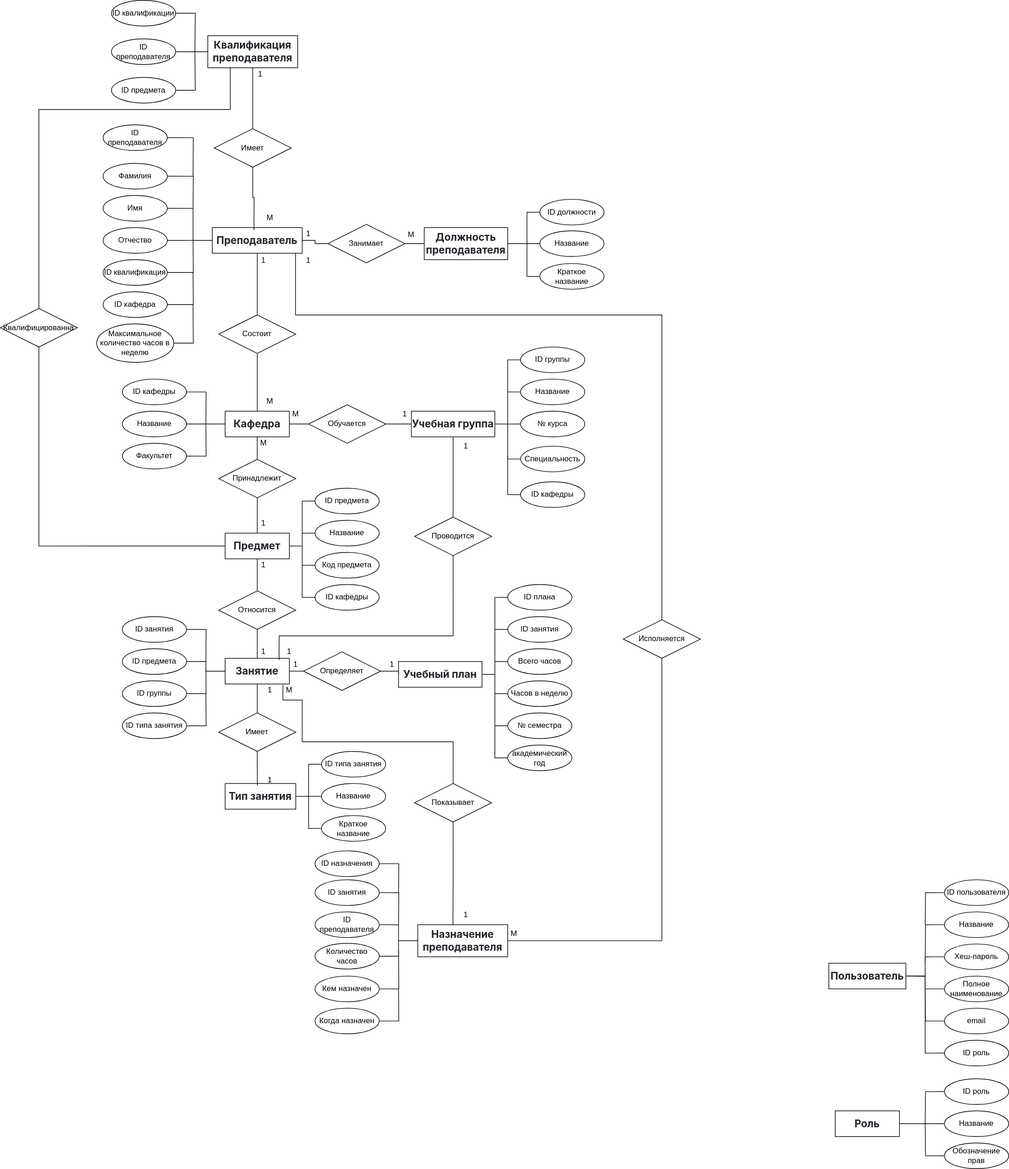
Before: db_concept.drawio.svg, a diagram exported from draw.io (ksinph/PSTU_LABS_2023). Source tidied: cells renumbered, new cells last; positions are measured from the earlier drawing's top-left corner, leaving out a move shared by most shapes.
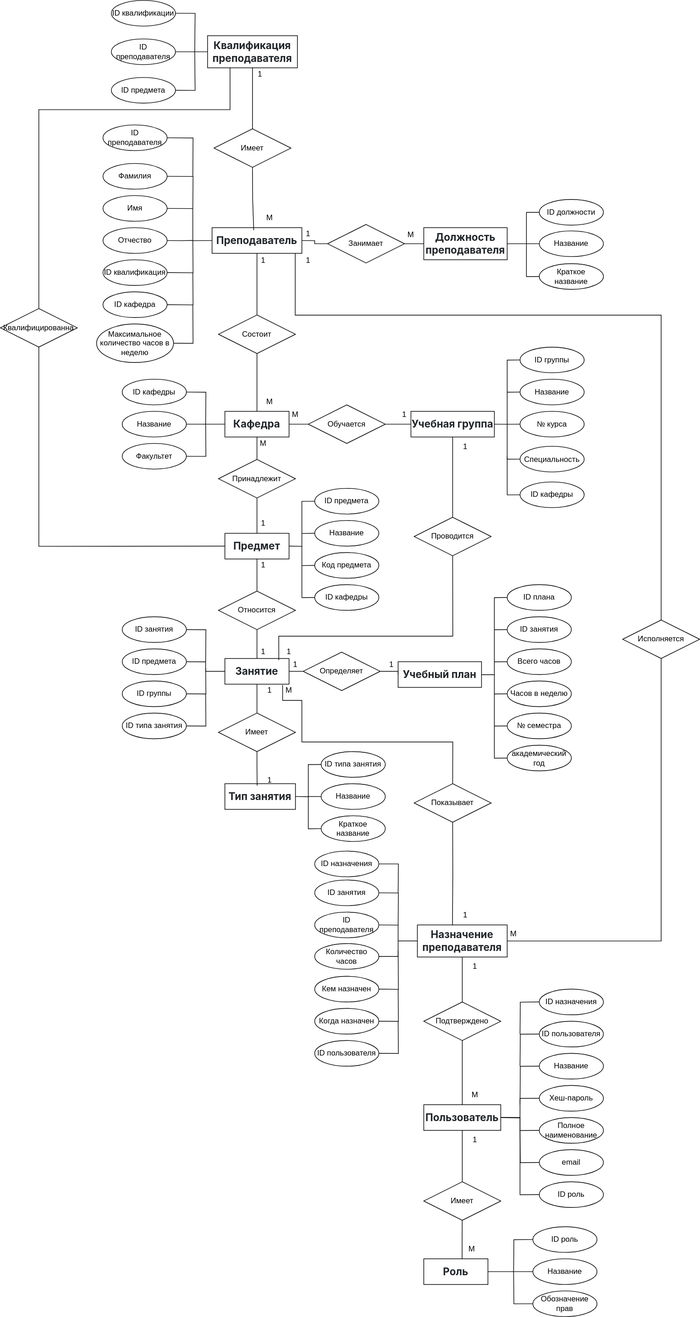
The same file after the commit.

Diff of the diagram source:
```diff
@@ -309,6 +309,9 @@
         </Array>
       </mxGeometry>
     </mxCell>
+    <mxCell id="176" style="edgeStyle=orthogonalEdgeStyle;rounded=0;jettySize=auto;html=1;exitX=0.5;exitY=1;exitDx=0;exitDy=0;endArrow=none;startFill=0;" parent="1" edge="1" source="82" target="111">
+      <mxGeometry relative="1" as="geometry" />
+    </mxCell>
     <mxCell id="82" value="&lt;span style=&quot;box-sizing: border-box; font-weight: bolder; color: rgb(33, 37, 41); font-family: -apple-system, BlinkMacSystemFont, &amp;quot;Segoe UI&amp;quot;, Roboto, &amp;quot;Helvetica Neue&amp;quot;, Arial, &amp;quot;Noto Sans&amp;quot;, sans-serif, &amp;quot;Apple Color Emoji&amp;quot;, &amp;quot;Segoe UI Emoji&amp;quot;, &amp;quot;Segoe UI Symbol&amp;quot;, &amp;quot;Noto Color Emoji&amp;quot;; font-size: 16px; text-align: left; background-color: rgb(255, 255, 255);&quot;&gt;Назначение преподавателя&lt;/span&gt;" style="whiteSpace=wrap;html=1;align=center;" parent="1" vertex="1">
       <mxGeometry x="650" y="1440" width="140" height="50" as="geometry" />
     </mxCell>
@@ -413,74 +416,74 @@
       <mxGeometry x="190" y="690" width="100" height="40" as="geometry" />
     </mxCell>
     <mxCell id="111" value="&lt;span style=&quot;box-sizing: border-box; font-weight: bolder; color: rgb(33, 37, 41); font-family: -apple-system, BlinkMacSystemFont, &amp;quot;Segoe UI&amp;quot;, Roboto, &amp;quot;Helvetica Neue&amp;quot;, Arial, &amp;quot;Noto Sans&amp;quot;, sans-serif, &amp;quot;Apple Color Emoji&amp;quot;, &amp;quot;Segoe UI Emoji&amp;quot;, &amp;quot;Segoe UI Symbol&amp;quot;, &amp;quot;Noto Color Emoji&amp;quot;; font-size: 16px; text-align: left; background-color: rgb(255, 255, 255);&quot;&gt;Пользователь&lt;/span&gt;" style="whiteSpace=wrap;html=1;align=center;" parent="1" vertex="1">
-      <mxGeometry x="1290" y="1500" width="120" height="40" as="geometry" />
+      <mxGeometry x="660" y="1720" width="120" height="40" as="geometry" />
     </mxCell>
     <mxCell id="112" style="edgeStyle=orthogonalEdgeStyle;rounded=0;jettySize=auto;html=1;exitX=0;exitY=0.5;exitDx=0;exitDy=0;endArrow=none;startFill=0;" parent="1" edge="1" source="113">
       <mxGeometry relative="1" as="geometry">
-        <mxPoint x="1440" y="1440" as="targetPoint" />
+        <mxPoint x="810" y="1660" as="targetPoint" />
       </mxGeometry>
     </mxCell>
     <mxCell id="113" value="ID пользователя" style="ellipse;whiteSpace=wrap;html=1;align=center;" parent="1" vertex="1">
-      <mxGeometry x="1470" y="1370" width="100" height="40" as="geometry" />
+      <mxGeometry x="840" y="1590" width="100" height="40" as="geometry" />
     </mxCell>
     <mxCell id="114" style="edgeStyle=orthogonalEdgeStyle;rounded=0;jettySize=auto;html=1;exitX=0;exitY=0.5;exitDx=0;exitDy=0;endArrow=none;startFill=0;" parent="1" edge="1" source="115">
       <mxGeometry relative="1" as="geometry">
-        <mxPoint x="1440" y="1500" as="targetPoint" />
+        <mxPoint x="810" y="1720" as="targetPoint" />
       </mxGeometry>
     </mxCell>
     <mxCell id="115" value="Название" style="ellipse;whiteSpace=wrap;html=1;align=center;" parent="1" vertex="1">
-      <mxGeometry x="1470" y="1420" width="100" height="40" as="geometry" />
+      <mxGeometry x="840" y="1640" width="100" height="40" as="geometry" />
     </mxCell>
     <mxCell id="116" style="edgeStyle=orthogonalEdgeStyle;rounded=0;jettySize=auto;html=1;exitX=0;exitY=0.5;exitDx=0;exitDy=0;entryX=1;entryY=0.5;entryDx=0;entryDy=0;endArrow=none;startFill=0;" parent="1" edge="1" source="117" target="111">
       <mxGeometry relative="1" as="geometry" />
     </mxCell>
     <mxCell id="117" value="Хеш-пароль" style="ellipse;whiteSpace=wrap;html=1;align=center;" parent="1" vertex="1">
-      <mxGeometry x="1470" y="1470" width="100" height="40" as="geometry" />
+      <mxGeometry x="840" y="1690" width="100" height="40" as="geometry" />
     </mxCell>
     <mxCell id="118" style="edgeStyle=orthogonalEdgeStyle;rounded=0;jettySize=auto;html=1;exitX=0;exitY=0.5;exitDx=0;exitDy=0;endArrow=none;startFill=0;entryX=1;entryY=0.5;entryDx=0;entryDy=0;" parent="1" edge="1" source="119" target="111">
       <mxGeometry relative="1" as="geometry" />
     </mxCell>
     <mxCell id="119" value="Полное наименование" style="ellipse;whiteSpace=wrap;html=1;align=center;" parent="1" vertex="1">
-      <mxGeometry x="1470" y="1520" width="100" height="40" as="geometry" />
+      <mxGeometry x="840" y="1740" width="100" height="40" as="geometry" />
     </mxCell>
     <mxCell id="120" style="edgeStyle=orthogonalEdgeStyle;rounded=0;jettySize=auto;html=1;exitX=0;exitY=0.5;exitDx=0;exitDy=0;endArrow=none;startFill=0;" parent="1" edge="1" source="121">
       <mxGeometry relative="1" as="geometry">
-        <mxPoint x="1440" y="1540" as="targetPoint" />
+        <mxPoint x="810" y="1760" as="targetPoint" />
       </mxGeometry>
     </mxCell>
     <mxCell id="121" value="email" style="ellipse;whiteSpace=wrap;html=1;align=center;" parent="1" vertex="1">
-      <mxGeometry x="1470" y="1570" width="100" height="40" as="geometry" />
+      <mxGeometry x="840" y="1790" width="100" height="40" as="geometry" />
     </mxCell>
     <mxCell id="122" style="edgeStyle=orthogonalEdgeStyle;rounded=0;jettySize=auto;html=1;exitX=0;exitY=0.5;exitDx=0;exitDy=0;entryX=1;entryY=0.5;entryDx=0;entryDy=0;endArrow=none;startFill=0;" parent="1" edge="1" source="123" target="111">
       <mxGeometry relative="1" as="geometry" />
     </mxCell>
     <mxCell id="123" value="ID роль" style="ellipse;whiteSpace=wrap;html=1;align=center;" parent="1" vertex="1">
-      <mxGeometry x="1470" y="1620" width="100" height="40" as="geometry" />
+      <mxGeometry x="840" y="1840" width="100" height="40" as="geometry" />
     </mxCell>
     <mxCell id="124" value="&lt;span style=&quot;box-sizing: border-box; font-weight: bolder; color: rgb(33, 37, 41); font-family: -apple-system, BlinkMacSystemFont, &amp;quot;Segoe UI&amp;quot;, Roboto, &amp;quot;Helvetica Neue&amp;quot;, Arial, &amp;quot;Noto Sans&amp;quot;, sans-serif, &amp;quot;Apple Color Emoji&amp;quot;, &amp;quot;Segoe UI Emoji&amp;quot;, &amp;quot;Segoe UI Symbol&amp;quot;, &amp;quot;Noto Color Emoji&amp;quot;; font-size: 16px; text-align: left; background-color: rgb(255, 255, 255);&quot;&gt;Роль&lt;/span&gt;" style="whiteSpace=wrap;html=1;align=center;" parent="1" vertex="1">
-      <mxGeometry x="1300" y="1730" width="100" height="40" as="geometry" />
+      <mxGeometry x="660" y="1960" width="100" height="40" as="geometry" />
     </mxCell>
     <mxCell id="125" style="edgeStyle=orthogonalEdgeStyle;rounded=0;jettySize=auto;html=1;exitX=0;exitY=0.5;exitDx=0;exitDy=0;endArrow=none;endFill=1;startFill=0;" parent="1" edge="1" source="126">
       <mxGeometry relative="1" as="geometry">
-        <mxPoint x="1440" y="1750" as="targetPoint" />
+        <mxPoint x="800" y="1980" as="targetPoint" />
       </mxGeometry>
     </mxCell>
     <mxCell id="126" value="ID роль" style="ellipse;whiteSpace=wrap;html=1;align=center;" parent="1" vertex="1">
-      <mxGeometry x="1470" y="1680" width="100" height="40" as="geometry" />
+      <mxGeometry x="830" y="1910" width="100" height="40" as="geometry" />
     </mxCell>
     <mxCell id="127" style="edgeStyle=orthogonalEdgeStyle;rounded=0;jettySize=auto;html=1;exitX=0;exitY=0.5;exitDx=0;exitDy=0;entryX=1;entryY=0.5;entryDx=0;entryDy=0;endArrow=none;startFill=0;" parent="1" edge="1" source="128" target="124">
       <mxGeometry relative="1" as="geometry" />
     </mxCell>
     <mxCell id="128" value="Название" style="ellipse;whiteSpace=wrap;html=1;align=center;" parent="1" vertex="1">
-      <mxGeometry x="1470" y="1730" width="100" height="40" as="geometry" />
+      <mxGeometry x="830" y="1960" width="100" height="40" as="geometry" />
     </mxCell>
     <mxCell id="129" style="edgeStyle=orthogonalEdgeStyle;rounded=0;jettySize=auto;html=1;exitX=0;exitY=0.5;exitDx=0;exitDy=0;endArrow=none;startFill=0;" parent="1" edge="1" source="130">
       <mxGeometry relative="1" as="geometry">
-        <mxPoint x="1440" y="1750" as="targetPoint" />
+        <mxPoint x="800" y="1980" as="targetPoint" />
       </mxGeometry>
     </mxCell>
     <mxCell id="130" value="Обозначение прав" style="ellipse;whiteSpace=wrap;html=1;align=center;" parent="1" vertex="1">
-      <mxGeometry x="1470" y="1780" width="100" height="40" as="geometry" />
+      <mxGeometry x="830" y="2010" width="100" height="40" as="geometry" />
     </mxCell>
     <mxCell id="131" style="edgeStyle=orthogonalEdgeStyle;rounded=0;jettySize=auto;html=1;exitX=1;exitY=0.5;exitDx=0;exitDy=0;entryX=0;entryY=0.5;entryDx=0;entryDy=0;endArrow=none;startFill=0;" parent="1" edge="1" source="132" target="95">
       <mxGeometry relative="1" as="geometry" />
@@ -629,5 +632,42 @@
     <mxCell id="175" value="М" style="text;html=1;align=center;verticalAlign=middle;whiteSpace=wrap;rounded=0;" parent="1" vertex="1">
       <mxGeometry x="770" y="1439" width="60" height="30" as="geometry" />
     </mxCell>
+    <mxCell id="177" style="edgeStyle=orthogonalEdgeStyle;rounded=0;jettySize=auto;html=1;exitX=0;exitY=0.5;exitDx=0;exitDy=0;endArrow=none;startFill=0;" parent="1" edge="1" source="178">
+      <mxGeometry relative="1" as="geometry">
+        <mxPoint x="810" y="1610" as="targetPoint" />
+      </mxGeometry>
+    </mxCell>
+    <mxCell id="178" value="ID назначения" style="ellipse;whiteSpace=wrap;html=1;align=center;" parent="1" vertex="1">
+      <mxGeometry x="840" y="1540" width="100" height="40" as="geometry" />
+    </mxCell>
+    <mxCell id="179" style="edgeStyle=orthogonalEdgeStyle;rounded=0;jettySize=auto;html=1;exitX=1;exitY=0.5;exitDx=0;exitDy=0;endArrow=none;startFill=0;" parent="1" edge="1" source="180">
+      <mxGeometry relative="1" as="geometry">
+        <mxPoint x="620" y="1590" as="targetPoint" />
+      </mxGeometry>
+    </mxCell>
+    <mxCell id="180" value="ID пользователя" style="ellipse;whiteSpace=wrap;html=1;align=center;" parent="1" vertex="1">
+      <mxGeometry x="490" y="1620" width="100" height="40" as="geometry" />
+    </mxCell>
+    <mxCell id="181" value="Подтверждено" style="shape=rhombus;perimeter=rhombusPerimeter;whiteSpace=wrap;html=1;align=center;" parent="1" vertex="1">
+      <mxGeometry x="660" y="1560" width="120" height="60" as="geometry" />
+    </mxCell>
+    <mxCell id="182" value="1" style="text;html=1;align=center;verticalAlign=middle;whiteSpace=wrap;rounded=0;" parent="1" vertex="1">
+      <mxGeometry x="710" y="1490" width="60" height="30" as="geometry" />
+    </mxCell>
+    <mxCell id="183" value="М" style="text;html=1;align=center;verticalAlign=middle;whiteSpace=wrap;rounded=0;" parent="1" vertex="1">
+      <mxGeometry x="710" y="1690" width="60" height="30" as="geometry" />
+    </mxCell>
+    <mxCell id="184" style="edgeStyle=orthogonalEdgeStyle;rounded=0;jettySize=auto;html=1;exitX=0.5;exitY=1;exitDx=0;exitDy=0;entryX=0.597;entryY=-0.004;entryDx=0;entryDy=0;entryPerimeter=0;endArrow=none;startFill=0;" parent="1" edge="1" source="111" target="124">
+      <mxGeometry relative="1" as="geometry" />
+    </mxCell>
+    <mxCell id="185" value="Имеет" style="shape=rhombus;perimeter=rhombusPerimeter;whiteSpace=wrap;html=1;align=center;" parent="1" vertex="1">
+      <mxGeometry x="660" y="1840" width="120" height="60" as="geometry" />
+    </mxCell>
+    <mxCell id="186" value="1" style="text;html=1;align=center;verticalAlign=middle;whiteSpace=wrap;rounded=0;" parent="1" vertex="1">
+      <mxGeometry x="710" y="1760" width="60" height="30" as="geometry" />
+    </mxCell>
+    <mxCell id="187" value="М" style="text;html=1;align=center;verticalAlign=middle;whiteSpace=wrap;rounded=0;" parent="1" vertex="1">
+      <mxGeometry x="705" y="1930" width="60" height="30" as="geometry" />
+    </mxCell>
   </root>
 </mxGraphModel>
```
